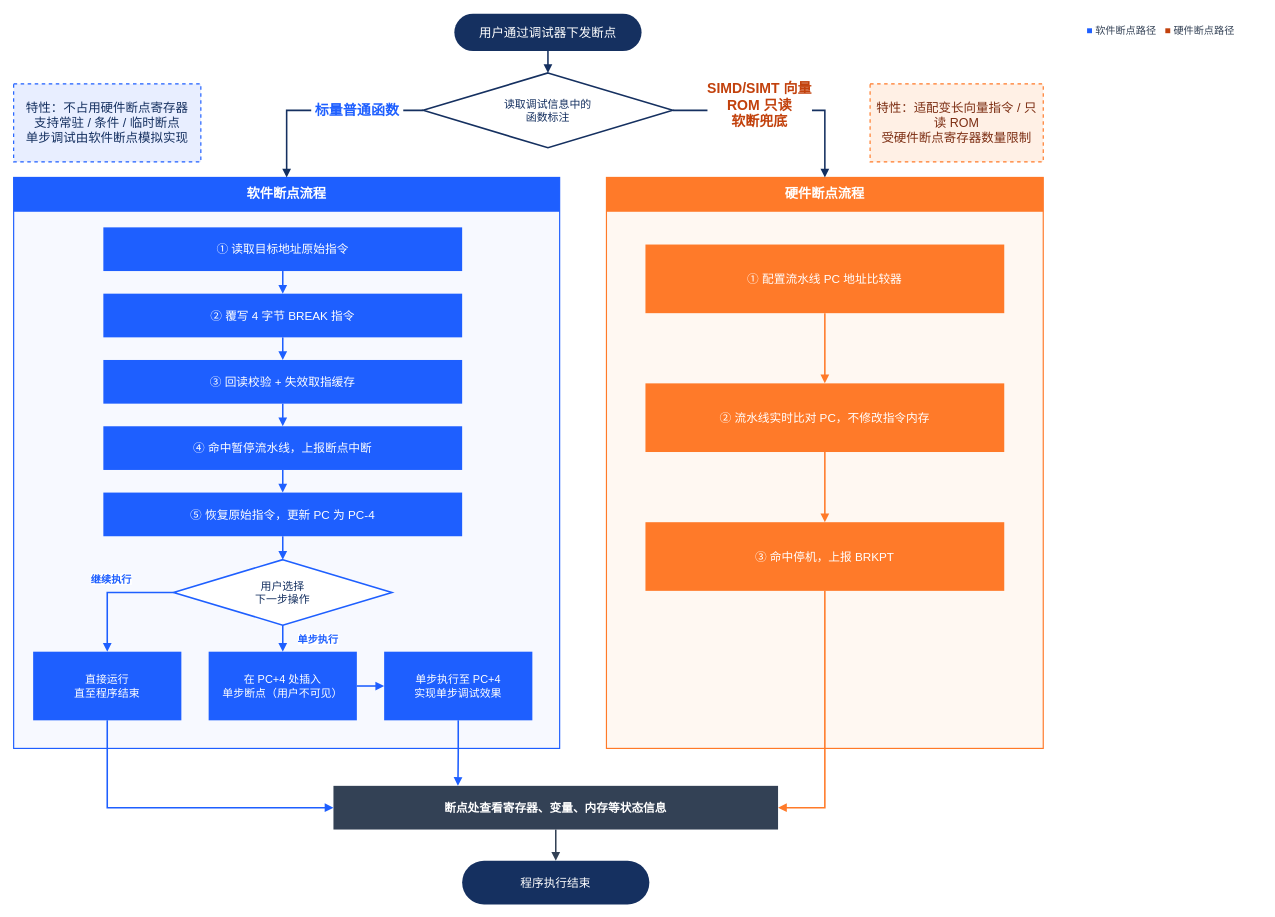
Earlier version of the draw.io diagram 软硬断点分流执行流程.drawio (HanxuLiu/drawio-files). Source tidied: cells renumbered, new cells numbered last; positions are measured from the earlier drawing's top-left corner, leaving out a move shared by most shapes. Both pictures are drawn from the tidied source at 78%, with x=0, y=0 at pixel (13, 13).
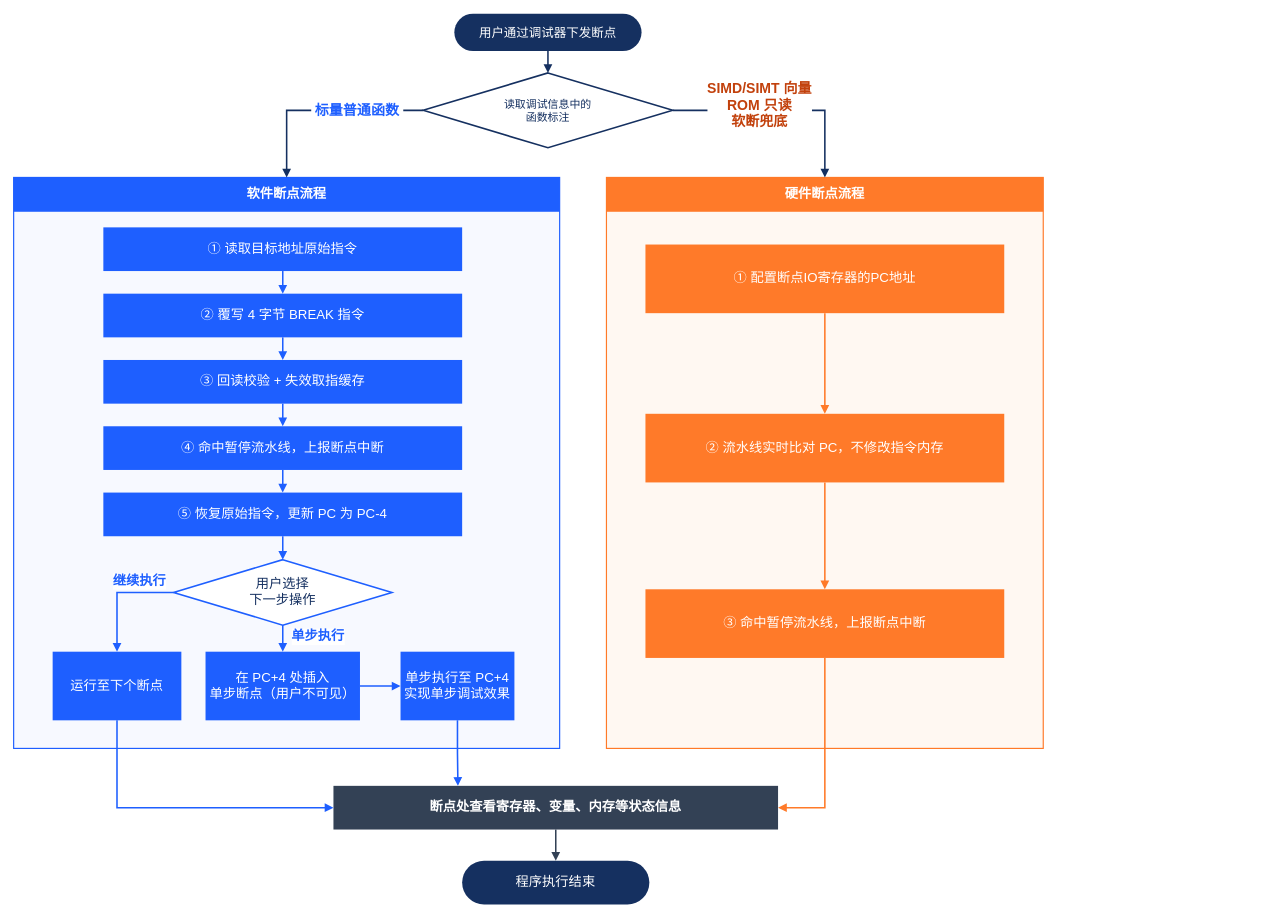
After the change.

Commit message:
更新软硬断点分流执行流程.drawio

Diff of the diagram source:
```diff
@@
-    <mxCell id="8" value="① 读取目标地址原始指令" style="rounded=0;whiteSpace=wrap;html=1;fillColor=#1E5FFF;strokeColor=none;fontColor=#FFFFFF;fontSize=15;fontFamily=PingFang SC;" parent="1" vertex="1">
+    <mxCell id="8" value="① 读取目标地址原始指令" style="rounded=0;whiteSpace=wrap;html=1;fillColor=#1E5FFF;strokeColor=none;fontColor=#FFFFFF;fontSize=17;fontFamily=PingFang SC;" parent="1" vertex="1">
       <mxGeometry x="115" y="274" width="460" height="56" as="geometry" />
     </mxCell>
-    <mxCell id="9" value="② 覆写 4 字节 BREAK 指令" style="rounded=0;whiteSpace=wrap;html=1;fillColor=#1E5FFF;strokeColor=none;fontColor=#FFFFFF;fontSize=15;fontFamily=PingFang SC;" parent="1" vertex="1">
+    <mxCell id="9" value="② 覆写 4 字节 BREAK 指令" style="rounded=0;whiteSpace=wrap;html=1;fillColor=#1E5FFF;strokeColor=none;fontColor=#FFFFFF;fontSize=17;fontFamily=PingFang SC;" parent="1" vertex="1">
       <mxGeometry x="115" y="359" width="460" height="56" as="geometry" />
     </mxCell>
-    <mxCell id="10" value="③ 回读校验 + 失效取指缓存" style="rounded=0;whiteSpace=wrap;html=1;fillColor=#1E5FFF;strokeColor=none;fontColor=#FFFFFF;fontSize=15;fontFamily=PingFang SC;" parent="1" vertex="1">
+    <mxCell id="10" value="③ 回读校验 + 失效取指缓存" style="rounded=0;whiteSpace=wrap;html=1;fillColor=#1E5FFF;strokeColor=none;fontColor=#FFFFFF;fontSize=17;fontFamily=PingFang SC;" parent="1" vertex="1">
       <mxGeometry x="115" y="444" width="460" height="56" as="geometry" />
     </mxCell>
-    <mxCell id="11" value="④ 命中暂停流水线，上报断点中断" style="rounded=0;whiteSpace=wrap;html=1;fillColor=#1E5FFF;strokeColor=none;fontColor=#FFFFFF;fontSize=15;fontFamily=PingFang SC;" parent="1" vertex="1">
+    <mxCell id="11" value="④ 命中暂停流水线，上报断点中断" style="rounded=0;whiteSpace=wrap;html=1;fillColor=#1E5FFF;strokeColor=none;fontColor=#FFFFFF;fontSize=17;fontFamily=PingFang SC;" parent="1" vertex="1">
       <mxGeometry x="115" y="529" width="460" height="56" as="geometry" />
     </mxCell>
-    <mxCell id="12" value="⑤ 恢复原始指令，更新 PC 为 PC-4" style="rounded=0;whiteSpace=wrap;html=1;fillColor=#1E5FFF;strokeColor=none;fontColor=#FFFFFF;fontSize=15;fontFamily=PingFang SC;" parent="1" vertex="1">
+    <mxCell id="12" value="⑤ 恢复原始指令，更新 PC 为 PC-4" style="rounded=0;whiteSpace=wrap;html=1;fillColor=#1E5FFF;strokeColor=none;fontColor=#FFFFFF;fontSize=17;fontFamily=PingFang SC;" parent="1" vertex="1">
       <mxGeometry x="115" y="614" width="460" height="56" as="geometry" />
     </mxCell>
-    <mxCell id="13" value="用户选择&lt;br&gt;下一步操作" style="rhombus;whiteSpace=wrap;html=1;fillColor=#FFFFFF;strokeColor=#1E5FFF;strokeWidth=2;fontColor=#153060;fontSize=14;fontFamily=PingFang SC;" parent="1" vertex="1">
+    <mxCell id="13" value="用户选择&lt;br&gt;下一步操作" style="rhombus;whiteSpace=wrap;html=1;fillColor=#FFFFFF;strokeColor=#1E5FFF;strokeWidth=2;fontColor=#153060;fontSize=17;fontFamily=PingFang SC;" parent="1" vertex="1">
       <mxGeometry x="205" y="700" width="280" height="84" as="geometry" />
     </mxCell>
-    <mxCell id="14" value="直接运行&lt;br&gt;直至程序结束" style="rounded=0;whiteSpace=wrap;html=1;fillColor=#1E5FFF;strokeColor=none;fontColor=#FFFFFF;fontSize=14;fontFamily=PingFang SC;" parent="1" vertex="1">
-      <mxGeometry x="25" y="818" width="190" height="88" as="geometry" />
+    <mxCell id="14" value="运行至下个断点" style="rounded=0;whiteSpace=wrap;html=1;fillColor=#1E5FFF;strokeColor=none;fontColor=#FFFFFF;fontSize=17;fontFamily=PingFang SC;" parent="1" vertex="1">
+      <mxGeometry x="50" y="818" width="165" height="88" as="geometry" />
     </mxCell>
-    <mxCell id="15" value="在 PC+4 处插入&lt;br&gt;单步断点（用户不可见）" style="rounded=0;whiteSpace=wrap;html=1;fillColor=#1E5FFF;strokeColor=none;fontColor=#FFFFFF;fontSize=14;fontFamily=PingFang SC;" parent="1" vertex="1">
-      <mxGeometry x="250" y="818" width="190" height="88" as="geometry" />
+    <mxCell id="15" value="在 PC+4 处插入&lt;br&gt;单步断点（用户不可见）" style="rounded=0;whiteSpace=wrap;html=1;fillColor=#1E5FFF;strokeColor=none;fontColor=#FFFFFF;fontSize=17;fontFamily=PingFang SC;" parent="1" vertex="1">
+      <mxGeometry x="246" y="818" width="198" height="88" as="geometry" />
     </mxCell>
-    <mxCell id="16" value="单步执行至 PC+4&lt;br&gt;实现单步调试效果" style="rounded=0;whiteSpace=wrap;html=1;fillColor=#1E5FFF;strokeColor=none;fontColor=#FFFFFF;fontSize=14;fontFamily=PingFang SC;" parent="1" vertex="1">
-      <mxGeometry x="475" y="818" width="190" height="88" as="geometry" />
+    <mxCell id="16" value="单步执行至 PC+4&lt;br&gt;实现单步调试效果" style="rounded=0;whiteSpace=wrap;html=1;fillColor=#1E5FFF;strokeColor=none;fontColor=#FFFFFF;fontSize=17;fontFamily=PingFang SC;" parent="1" vertex="1">
+      <mxGeometry x="496" y="818" width="146" height="88" as="geometry" />
     </mxCell>
-    <mxCell id="17" value="特性：不占用硬件断点寄存器&lt;br&gt;支持常驻 / 条件 / 临时断点&lt;br&gt;单步调试由软件断点模拟实现" style="rounded=0;whiteSpace=wrap;html=1;fillColor=#E8EEFF;strokeColor=#1E5FFF;dashed=1;strokeWidth=1.5;fontColor=#153060;fontSize=16;fontFamily=PingFang SC;" parent="1" vertex="1">
-      <mxGeometry y="90" width="240" height="100" as="geometry" />
-    </mxCell>
-    <mxCell id="18" value="① 配置流水线 PC 地址比较器" style="rounded=0;whiteSpace=wrap;html=1;fillColor=#FF7A29;strokeColor=none;fontColor=#FFFFFF;fontSize=15;fontFamily=PingFang SC;" parent="1" vertex="1">
+    <mxCell id="18" value="①&amp;nbsp;&lt;span style=&quot;white-space: pre;&quot;&gt;配置断点IO寄存器的PC地址&lt;/span&gt;" style="rounded=0;whiteSpace=wrap;html=1;fillColor=#FF7A29;strokeColor=none;fontColor=#FFFFFF;fontSize=17;fontFamily=PingFang SC;" parent="1" vertex="1">
       <mxGeometry x="810" y="296" width="460" height="88" as="geometry" />
     </mxCell>
-    <mxCell id="19" value="② 流水线实时比对 PC，不修改指令内存" style="rounded=0;whiteSpace=wrap;html=1;fillColor=#FF7A29;strokeColor=none;fontColor=#FFFFFF;fontSize=15;fontFamily=PingFang SC;" parent="1" vertex="1">
-      <mxGeometry x="810" y="474" width="460" height="88" as="geometry" />
+    <mxCell id="19" value="② 流水线实时比对 PC，不修改指令内存" style="rounded=0;whiteSpace=wrap;html=1;fillColor=#FF7A29;strokeColor=none;fontColor=#FFFFFF;fontSize=17;fontFamily=PingFang SC;" parent="1" vertex="1">
+      <mxGeometry x="810" y="513" width="460" height="88" as="geometry" />
     </mxCell>
-    <mxCell id="20" value="③ 命中停机，上报 BRKPT" style="rounded=0;whiteSpace=wrap;html=1;fillColor=#FF7A29;strokeColor=none;fontColor=#FFFFFF;fontSize=15;fontFamily=PingFang SC;" parent="1" vertex="1">
-      <mxGeometry x="810" y="652" width="460" height="88" as="geometry" />
+    <mxCell id="20" value="③ 命中暂停流水线，上报断点中断" style="rounded=0;whiteSpace=wrap;html=1;fillColor=#FF7A29;strokeColor=none;fontColor=#FFFFFF;fontSize=17;fontFamily=PingFang SC;" parent="1" vertex="1">
+      <mxGeometry x="810" y="738" width="460" height="88" as="geometry" />
     </mxCell>
-    <mxCell id="21" value="特性：适配变长向量指令 / 只读 ROM&lt;br&gt;受硬件断点寄存器数量限制" style="rounded=0;whiteSpace=wrap;html=1;fillColor=#FFF0E5;strokeColor=#FF7A29;dashed=1;strokeWidth=1.5;fontColor=#7C2D12;fontSize=16;fontFamily=PingFang SC;" parent="1" vertex="1">
-      <mxGeometry x="1098" y="90" width="222" height="100" as="geometry" />
-    </mxCell>
-    <mxCell id="22" value="断点处查看寄存器、变量、内存等状态信息" style="rounded=0;whiteSpace=wrap;html=1;fillColor=#334155;strokeColor=none;fontColor=#FFFFFF;fontSize=15;fontStyle=1;fontFamily=PingFang SC;" parent="1" vertex="1">
+    <mxCell id="22" value="断点处查看寄存器、变量、内存等状态信息" style="rounded=0;whiteSpace=wrap;html=1;fillColor=#334155;strokeColor=none;fontColor=#FFFFFF;fontSize=17;fontStyle=1;fontFamily=PingFang SC;" parent="1" vertex="1">
       <mxGeometry x="410" y="990" width="570" height="56" as="geometry" />
     </mxCell>
-    <mxCell id="23" value="程序执行结束" style="rounded=1;arcSize=50;whiteSpace=wrap;html=1;fillColor=#153060;strokeColor=none;fontColor=#FFFFFF;fontSize=15;fontFamily=PingFang SC;" parent="1" vertex="1">
+    <mxCell id="23" value="程序执行结束" style="rounded=1;arcSize=50;whiteSpace=wrap;html=1;fillColor=#153060;strokeColor=none;fontColor=#FFFFFF;fontSize=17;fontFamily=PingFang SC;" parent="1" vertex="1">
       <mxGeometry x="575" y="1086" width="240" height="56" as="geometry" />
     </mxCell>
-    <mxCell id="24" value="&lt;font color=&quot;#1E5FFF&quot;&gt;■&lt;/font&gt; 软件断点路径   &lt;font color=&quot;#C2410C&quot;&gt;■&lt;/font&gt; 硬件断点路径" style="text;html=1;align=center;verticalAlign=middle;fontSize=13;fontColor=#334155;fontFamily=PingFang SC;" parent="1" vertex="1">
-      <mxGeometry x="1340" y="4" width="260" height="36" as="geometry" />
-    </mxCell>
@@
-    <mxCell id="28" style="edgeStyle=orthogonalEdgeStyle;rounded=0;html=1;strokeWidth=2;strokeColor=#1E5FFF;endArrow=block;endFill=1;exitX=0.5;exitY=1;exitDx=0;exitDy=0;entryX=0.5;entryY=0;entryDx=0;entryDy=0;" parent="1" edge="1" source="8" target="9">
+    <mxCell id="28" style="edgeStyle=orthogonalEdgeStyle;rounded=0;html=1;strokeWidth=2;strokeColor=#1E5FFF;endArrow=block;endFill=1;exitX=0.5;exitY=1;exitDx=0;exitDy=0;entryX=0.5;entryY=0;entryDx=0;entryDy=0;fontSize=17;" parent="1" edge="1" source="8" target="9">
       <mxGeometry relative="1" as="geometry" />
     </mxCell>
-    <mxCell id="29" style="edgeStyle=orthogonalEdgeStyle;rounded=0;html=1;strokeWidth=2;strokeColor=#1E5FFF;endArrow=block;endFill=1;exitX=0.5;exitY=1;exitDx=0;exitDy=0;entryX=0.5;entryY=0;entryDx=0;entryDy=0;" parent="1" edge="1" source="9" target="10">
+    <mxCell id="29" style="edgeStyle=orthogonalEdgeStyle;rounded=0;html=1;strokeWidth=2;strokeColor=#1E5FFF;endArrow=block;endFill=1;exitX=0.5;exitY=1;exitDx=0;exitDy=0;entryX=0.5;entryY=0;entryDx=0;entryDy=0;fontSize=17;" parent="1" edge="1" source="9" target="10">
       <mxGeometry relative="1" as="geometry" />
     </mxCell>
-    <mxCell id="30" style="edgeStyle=orthogonalEdgeStyle;rounded=0;html=1;strokeWidth=2;strokeColor=#1E5FFF;endArrow=block;endFill=1;exitX=0.5;exitY=1;exitDx=0;exitDy=0;entryX=0.5;entryY=0;entryDx=0;entryDy=0;" parent="1" edge="1" source="10" target="11">
+    <mxCell id="30" style="edgeStyle=orthogonalEdgeStyle;rounded=0;html=1;strokeWidth=2;strokeColor=#1E5FFF;endArrow=block;endFill=1;exitX=0.5;exitY=1;exitDx=0;exitDy=0;entryX=0.5;entryY=0;entryDx=0;entryDy=0;fontSize=17;" parent="1" edge="1" source="10" target="11">
       <mxGeometry relative="1" as="geometry" />
     </mxCell>
-    <mxCell id="31" style="edgeStyle=orthogonalEdgeStyle;rounded=0;html=1;strokeWidth=2;strokeColor=#1E5FFF;endArrow=block;endFill=1;exitX=0.5;exitY=1;exitDx=0;exitDy=0;entryX=0.5;entryY=0;entryDx=0;entryDy=0;" parent="1" edge="1" source="11" target="12">
+    <mxCell id="31" style="edgeStyle=orthogonalEdgeStyle;rounded=0;html=1;strokeWidth=2;strokeColor=#1E5FFF;endArrow=block;endFill=1;exitX=0.5;exitY=1;exitDx=0;exitDy=0;entryX=0.5;entryY=0;entryDx=0;entryDy=0;fontSize=17;" parent="1" edge="1" source="11" target="12">
       <mxGeometry relative="1" as="geometry" />
     </mxCell>
-    <mxCell id="32" style="edgeStyle=orthogonalEdgeStyle;rounded=0;html=1;strokeWidth=2;strokeColor=#1E5FFF;endArrow=block;endFill=1;exitX=0.5;exitY=1;exitDx=0;exitDy=0;entryX=0.5;entryY=0;entryDx=0;entryDy=0;" parent="1" edge="1" source="12" target="13">
+    <mxCell id="32" style="edgeStyle=orthogonalEdgeStyle;rounded=0;html=1;strokeWidth=2;strokeColor=#1E5FFF;endArrow=block;endFill=1;exitX=0.5;exitY=1;exitDx=0;exitDy=0;entryX=0.5;entryY=0;entryDx=0;entryDy=0;fontSize=17;" parent="1" edge="1" source="12" target="13">
       <mxGeometry relative="1" as="geometry" />
     </mxCell>
-    <mxCell id="33" style="edgeStyle=orthogonalEdgeStyle;rounded=0;html=1;strokeWidth=2;strokeColor=#1E5FFF;endArrow=block;endFill=1;exitX=0;exitY=0.5;exitDx=0;exitDy=0;entryX=0.5;entryY=0;entryDx=0;entryDy=0;" parent="1" edge="1" source="13" target="14">
+    <mxCell id="33" style="edgeStyle=orthogonalEdgeStyle;rounded=0;html=1;strokeWidth=2;strokeColor=#1E5FFF;endArrow=block;endFill=1;exitX=0;exitY=0.5;exitDx=0;exitDy=0;entryX=0.5;entryY=0;entryDx=0;entryDy=0;fontSize=17;" parent="1" edge="1" source="13" target="14">
       <mxGeometry relative="1" as="geometry" />
     </mxCell>
-    <mxCell id="34" value="继续执行" style="edgeLabel;html=1;align=center;verticalAlign=middle;fontColor=#1E5FFF;fontSize=13;fontStyle=1;labelBackgroundColor=#FFFFFF;fontFamily=PingFang SC;" parent="33" vertex="1">
+    <mxCell id="34" value="继续执行" style="edgeLabel;html=1;align=center;verticalAlign=middle;fontColor=#1E5FFF;fontSize=17;fontStyle=1;labelBackgroundColor=#FFFFFF;fontFamily=PingFang SC;" parent="33" vertex="1">
       <mxGeometry relative="1" as="geometry">
-        <mxPoint y="-18" as="offset" />
+        <mxPoint x="28" y="-16" as="offset" />
       </mxGeometry>
     </mxCell>
-    <mxCell id="35" style="edgeStyle=orthogonalEdgeStyle;rounded=0;html=1;strokeWidth=2;strokeColor=#1E5FFF;endArrow=block;endFill=1;exitX=0.5;exitY=1;exitDx=0;exitDy=0;entryX=0.5;entryY=0;entryDx=0;entryDy=0;" parent="1" edge="1" source="13" target="15">
+    <mxCell id="35" style="edgeStyle=orthogonalEdgeStyle;rounded=0;html=1;strokeWidth=2;strokeColor=#1E5FFF;endArrow=block;endFill=1;exitX=0.5;exitY=1;exitDx=0;exitDy=0;entryX=0.5;entryY=0;entryDx=0;entryDy=0;fontSize=17;" parent="1" edge="1" source="13" target="15">
       <mxGeometry relative="1" as="geometry" />
     </mxCell>
-    <mxCell id="36" value="单步执行" style="edgeLabel;html=1;align=center;verticalAlign=middle;fontColor=#1E5FFF;fontSize=13;fontStyle=1;labelBackgroundColor=#FFFFFF;fontFamily=PingFang SC;" parent="35" vertex="1">
+    <mxCell id="36" value="单步执行" style="edgeLabel;html=1;align=center;verticalAlign=middle;fontColor=#1E5FFF;fontSize=17;fontStyle=1;labelBackgroundColor=#FFFFFF;fontFamily=PingFang SC;" parent="35" vertex="1">
       <mxGeometry relative="1" as="geometry">
-        <mxPoint x="44" as="offset" />
+        <mxPoint x="44" y="-3" as="offset" />
       </mxGeometry>
     </mxCell>
-    <mxCell id="37" style="edgeStyle=orthogonalEdgeStyle;rounded=0;html=1;strokeWidth=2;strokeColor=#1E5FFF;endArrow=block;endFill=1;exitX=1;exitY=0.5;exitDx=0;exitDy=0;entryX=0;entryY=0.5;entryDx=0;entryDy=0;" parent="1" edge="1" source="15" target="16">
+    <mxCell id="37" style="edgeStyle=orthogonalEdgeStyle;rounded=0;html=1;strokeWidth=2;strokeColor=#1E5FFF;endArrow=block;endFill=1;exitX=1;exitY=0.5;exitDx=0;exitDy=0;entryX=0;entryY=0.5;entryDx=0;entryDy=0;fontSize=17;" parent="1" edge="1" source="15" target="16">
       <mxGeometry relative="1" as="geometry" />
     </mxCell>
-    <mxCell id="38" style="edgeStyle=orthogonalEdgeStyle;rounded=0;html=1;strokeWidth=2;strokeColor=#1E5FFF;endArrow=block;endFill=1;exitX=0.5;exitY=1;exitDx=0;exitDy=0;entryX=0;entryY=0.5;entryDx=0;entryDy=0;" parent="1" edge="1" source="14" target="22">
+    <mxCell id="38" style="edgeStyle=orthogonalEdgeStyle;rounded=0;html=1;strokeWidth=2;strokeColor=#1E5FFF;endArrow=block;endFill=1;exitX=0.5;exitY=1;exitDx=0;exitDy=0;entryX=0;entryY=0.5;entryDx=0;entryDy=0;fontSize=17;" parent="1" edge="1" source="14" target="22">
       <mxGeometry relative="1" as="geometry" />
     </mxCell>
-    <mxCell id="39" style="edgeStyle=orthogonalEdgeStyle;rounded=0;html=1;strokeWidth=2;strokeColor=#1E5FFF;endArrow=block;endFill=1;exitX=0.5;exitY=1;exitDx=0;exitDy=0;entryX=0.28;entryY=0;entryDx=0;entryDy=0;" parent="1" edge="1" source="16" target="22">
+    <mxCell id="39" style="edgeStyle=orthogonalEdgeStyle;rounded=0;html=1;strokeWidth=2;strokeColor=#1E5FFF;endArrow=block;endFill=1;exitX=0.5;exitY=1;exitDx=0;exitDy=0;entryX=0.28;entryY=0;entryDx=0;entryDy=0;fontSize=17;" parent="1" edge="1" source="16" target="22">
       <mxGeometry relative="1" as="geometry" />
     </mxCell>
-    <mxCell id="40" style="edgeStyle=orthogonalEdgeStyle;rounded=0;html=1;strokeWidth=2;strokeColor=#FF7A29;endArrow=block;endFill=1;exitX=0.5;exitY=1;exitDx=0;exitDy=0;entryX=0.5;entryY=0;entryDx=0;entryDy=0;" parent="1" edge="1" source="18" target="19">
+    <mxCell id="40" style="edgeStyle=orthogonalEdgeStyle;rounded=0;html=1;strokeWidth=2;strokeColor=#FF7A29;endArrow=block;endFill=1;exitX=0.5;exitY=1;exitDx=0;exitDy=0;entryX=0.5;entryY=0;entryDx=0;entryDy=0;fontSize=17;" parent="1" edge="1" source="18" target="19">
       <mxGeometry relative="1" as="geometry" />
     </mxCell>
-    <mxCell id="41" style="edgeStyle=orthogonalEdgeStyle;rounded=0;html=1;strokeWidth=2;strokeColor=#FF7A29;endArrow=block;endFill=1;exitX=0.5;exitY=1;exitDx=0;exitDy=0;entryX=0.5;entryY=0;entryDx=0;entryDy=0;" parent="1" edge="1" source="19" target="20">
+    <mxCell id="41" style="edgeStyle=orthogonalEdgeStyle;rounded=0;html=1;strokeWidth=2;strokeColor=#FF7A29;endArrow=block;endFill=1;exitX=0.5;exitY=1;exitDx=0;exitDy=0;entryX=0.5;entryY=0;entryDx=0;entryDy=0;fontSize=17;" parent="1" edge="1" source="19" target="20">
       <mxGeometry relative="1" as="geometry" />
     </mxCell>
-    <mxCell id="42" style="edgeStyle=orthogonalEdgeStyle;rounded=0;html=1;strokeWidth=2;strokeColor=#FF7A29;endArrow=block;endFill=1;exitX=0.5;exitY=1;exitDx=0;exitDy=0;entryX=1;entryY=0.5;entryDx=0;entryDy=0;" parent="1" edge="1" source="20" target="22">
+    <mxCell id="42" style="edgeStyle=orthogonalEdgeStyle;rounded=0;html=1;strokeWidth=2;strokeColor=#FF7A29;endArrow=block;endFill=1;exitX=0.5;exitY=1;exitDx=0;exitDy=0;entryX=1;entryY=0.5;entryDx=0;entryDy=0;fontSize=17;" parent="1" edge="1" source="20" target="22">
       <mxGeometry relative="1" as="geometry" />
     </mxCell>
-    <mxCell id="43" style="edgeStyle=orthogonalEdgeStyle;rounded=0;html=1;strokeWidth=2;strokeColor=#334155;endArrow=block;endFill=1;exitX=0.5;exitY=1;exitDx=0;exitDy=0;entryX=0.5;entryY=0;entryDx=0;entryDy=0;" parent="1" edge="1" source="22" target="23">
+    <mxCell id="43" style="edgeStyle=orthogonalEdgeStyle;rounded=0;html=1;strokeWidth=2;strokeColor=#334155;endArrow=block;endFill=1;exitX=0.5;exitY=1;exitDx=0;exitDy=0;entryX=0.5;entryY=0;entryDx=0;entryDy=0;fontSize=17;" parent="1" edge="1" source="22" target="23">
       <mxGeometry relative="1" as="geometry" />
     </mxCell>
```
